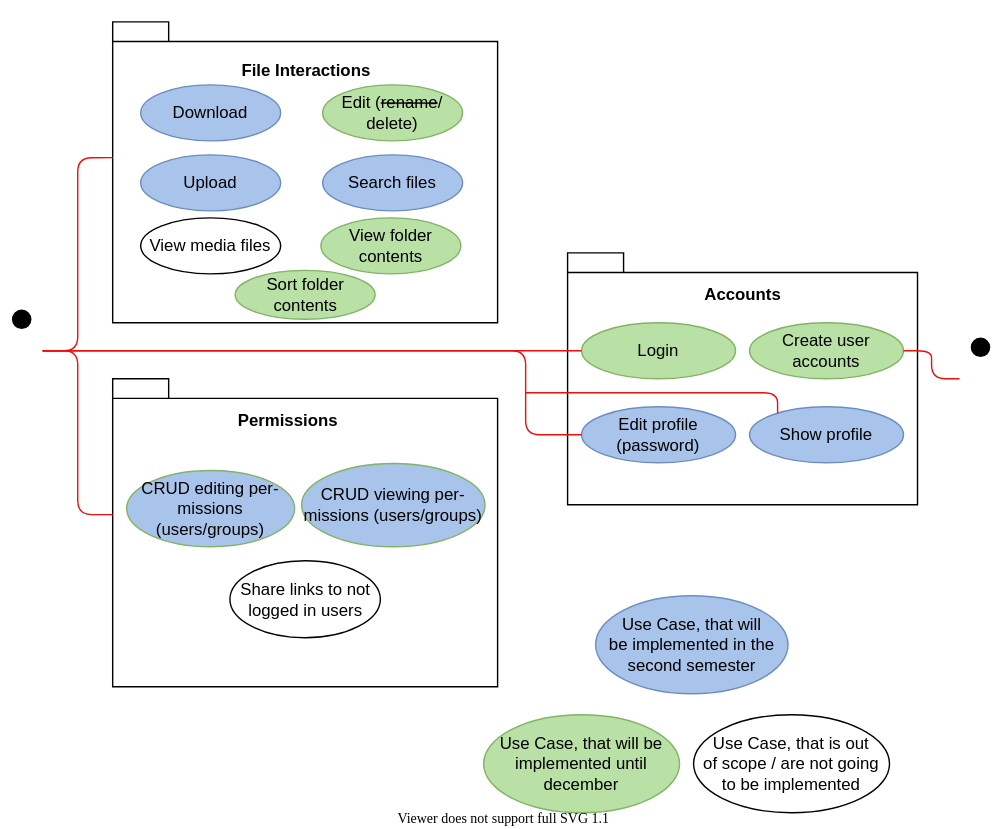
The draw.io diagram assets/diagrams/usecases.svg in FileFighter/filefighter.github.io, before a commit. Source tidied: cells renumbered, new cells last; positions are measured from the earlier drawing's top-left corner, leaving out a move shared by most shapes.
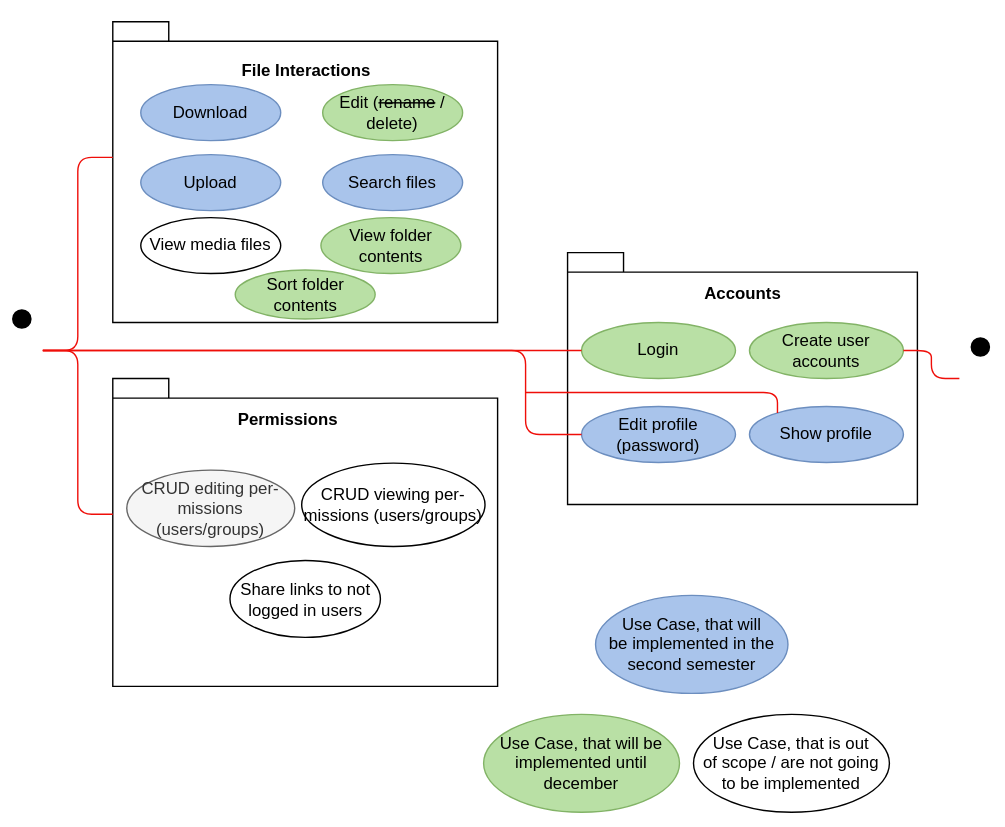
After the change.

Change to the diagram source:
```diff
@@ -35,7 +35,7 @@
     <mxCell id="12" value="Edit (&lt;strike&gt;rename&lt;/strike&gt; / delete)" style="ellipse;whiteSpace=wrap;html=1;strokeColor=#82b366;fillColor=#B9E0A5;" parent="1" vertex="1">
       <mxGeometry x="230" y="60" width="100" height="40" as="geometry" />
     </mxCell>
-    <mxCell id="13" value="CRUD editing per-missions (users/groups)" style="ellipse;whiteSpace=wrap;html=1;strokeColor=#82b366;fillColor=#A9C4EB;" parent="1" vertex="1">
+    <mxCell id="13" value="CRUD editing per-missions (users/groups)" style="ellipse;whiteSpace=wrap;html=1;strokeColor=#666666;fillColor=#f5f5f5;fontColor=#333333;" parent="1" vertex="1">
       <mxGeometry x="90" y="335.4" width="120" height="54.5" as="geometry" />
     </mxCell>
     <mxCell id="14" value="&lt;font color=&quot;#ffffff&quot;&gt;Admin&lt;/font&gt;" style="shape=umlActor;verticalLabelPosition=bottom;verticalAlign=top;html=1;fillColor=#000000;strokeColor=#FFFFFF;" parent="1" vertex="1">
@@ -44,7 +44,7 @@
     <mxCell id="15" value="View media files" style="ellipse;whiteSpace=wrap;html=1;" parent="1" vertex="1">
       <mxGeometry x="100" y="155" width="100" height="40" as="geometry" />
     </mxCell>
-    <mxCell id="16" value="CRUD&amp;nbsp;viewing per-missions (users/groups)" style="ellipse;whiteSpace=wrap;html=1;strokeColor=#82b366;fillColor=#A9C4EB;" parent="1" vertex="1">
+    <mxCell id="16" value="CRUD&amp;nbsp;viewing per-missions (users/groups)" style="ellipse;whiteSpace=wrap;html=1;" parent="1" vertex="1">
       <mxGeometry x="215" y="330.4" width="131" height="59.5" as="geometry" />
     </mxCell>
     <mxCell id="17" value="Login" style="ellipse;whiteSpace=wrap;html=1;strokeColor=#82b366;fillColor=#B9E0A5;" parent="1" vertex="1">
```
